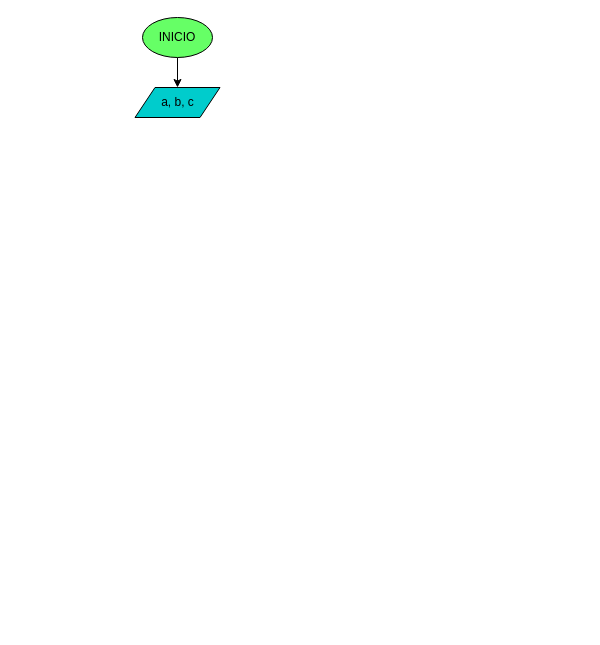
Above: diagrama.drawio in sistemas-colegio-guanenta/quiz-condicionales-Yalbas (draw.io), before the change. Source tidied: cells renumbered, new cells numbered last; positions are measured from the earlier drawing's top-left corner, leaving out a move shared by most shapes. Both pictures are drawn from the tidied source at 100%, with x=0, y=0 at pixel (134, 17).
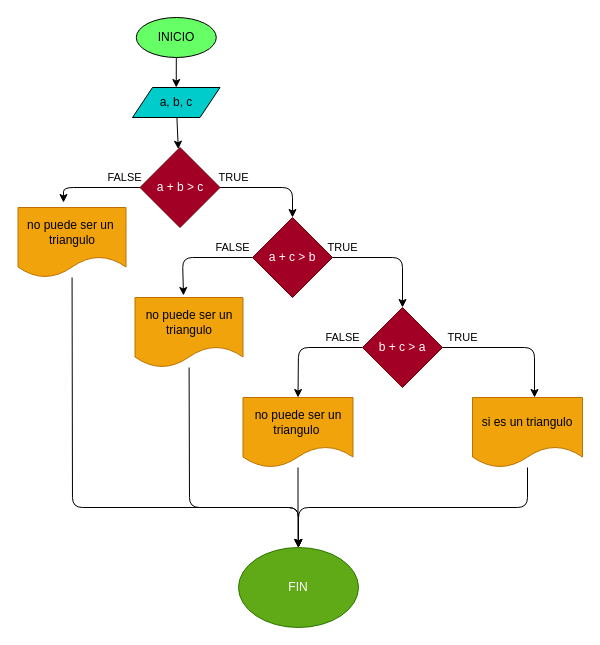
The same diagram, later.

Diff of the diagram source:
```diff
@@
     <mxCell id="3" value="INICIO" style="ellipse;whiteSpace=wrap;html=1;fillColor=#66FF66;" parent="1" vertex="1">
-      <mxGeometry x="8" width="70" height="40" as="geometry" />
+      <mxGeometry x="1.8" width="80" height="40" as="geometry" />
     </mxCell>
+    <mxCell id="5" style="edgeStyle=none;html=1;" parent="1" edge="1" source="4" target="8">
+      <mxGeometry relative="1" as="geometry" />
+    </mxCell>
     <mxCell id="4" value="a, b, c" style="shape=parallelogram;perimeter=parallelogramPerimeter;whiteSpace=wrap;html=1;fixedSize=1;fillColor=#00CCCC;" parent="1" vertex="1">
-      <mxGeometry x="0.5" y="70" width="85" height="30" as="geometry" />
+      <mxGeometry x="-2" y="70" width="87.5" height="30" as="geometry" />
     </mxCell>
+    <mxCell id="6" value="TRUE" style="edgeStyle=none;html=1;" parent="1" edge="1" source="8" target="11">
+      <mxGeometry x="-0.76" y="10" relative="1" as="geometry">
+        <Array as="points">
+          <mxPoint x="158" y="170" />
+        </Array>
+        <mxPoint x="1" as="offset" />
+      </mxGeometry>
+    </mxCell>
+    <mxCell id="7" value="FALSE" style="edgeStyle=none;html=1;entryX=0.421;entryY=-0.071;entryDx=0;entryDy=0;entryPerimeter=0;" parent="1" edge="1" source="8" target="22">
+      <mxGeometry x="-0.62" y="-10" relative="1" as="geometry">
+        <Array as="points">
+          <mxPoint x="-71" y="170" />
+        </Array>
+        <mxPoint x="1" as="offset" />
+      </mxGeometry>
+    </mxCell>
+    <mxCell id="8" value="a + b &amp;gt; c" style="rhombus;whiteSpace=wrap;html=1;fillColor=#a20025;fontColor=#ffffff;strokeColor=#6F0000;" parent="1" vertex="1">
+      <mxGeometry x="5.5" y="130" width="80" height="80" as="geometry" />
+    </mxCell>
+    <mxCell id="9" value="TRUE" style="edgeStyle=none;html=1;" parent="1" edge="1" source="11" target="14">
+      <mxGeometry x="-0.83" y="10" relative="1" as="geometry">
+        <Array as="points">
+          <mxPoint x="268" y="240" />
+        </Array>
+      </mxGeometry>
+    </mxCell>
+    <mxCell id="10" value="FALSE" style="edgeStyle=none;html=1;entryX=0.449;entryY=-0.029;entryDx=0;entryDy=0;entryPerimeter=0;" parent="1" edge="1" source="11" target="20">
+      <mxGeometry x="-0.63" y="-10" relative="1" as="geometry">
+        <Array as="points">
+          <mxPoint x="48" y="240" />
+        </Array>
+      </mxGeometry>
+    </mxCell>
+    <mxCell id="11" value="a + c &amp;gt; b" style="rhombus;whiteSpace=wrap;html=1;fillColor=#a20025;fontColor=#ffffff;strokeColor=#6F0000;" parent="1" vertex="1">
+      <mxGeometry x="118" y="200" width="80" height="80" as="geometry" />
+    </mxCell>
+    <mxCell id="12" value="FALSE" style="edgeStyle=none;html=1;entryX=0.5;entryY=0;entryDx=0;entryDy=0;" parent="1" edge="1" source="14" target="18">
+      <mxGeometry x="-0.65" y="-10" relative="1" as="geometry">
+        <Array as="points">
+          <mxPoint x="164" y="330" />
+        </Array>
+      </mxGeometry>
+    </mxCell>
+    <mxCell id="13" value="TRUE" style="edgeStyle=none;html=1;entryX=0.564;entryY=0;entryDx=0;entryDy=0;entryPerimeter=0;" parent="1" edge="1" source="14" target="16">
+      <mxGeometry x="-0.72" y="10" relative="1" as="geometry">
+        <Array as="points">
+          <mxPoint x="400" y="330" />
+        </Array>
+      </mxGeometry>
+    </mxCell>
+    <mxCell id="14" value="b + c &amp;gt; a" style="rhombus;whiteSpace=wrap;html=1;fillColor=#a20025;fontColor=#ffffff;strokeColor=#6F0000;" parent="1" vertex="1">
+      <mxGeometry x="228" y="290" width="80" height="80" as="geometry" />
+    </mxCell>
+    <mxCell id="15" style="edgeStyle=none;html=1;entryX=0.5;entryY=0;entryDx=0;entryDy=0;" parent="1" edge="1" source="16" target="23">
+      <mxGeometry relative="1" as="geometry">
+        <Array as="points">
+          <mxPoint x="393" y="490" />
+          <mxPoint x="164" y="490" />
+        </Array>
+      </mxGeometry>
+    </mxCell>
+    <mxCell id="16" value="si es un triangulo" style="shape=document;whiteSpace=wrap;html=1;boundedLbl=1;fillColor=#f0a30a;fontColor=#000000;strokeColor=#BD7000;" parent="1" vertex="1">
+      <mxGeometry x="338" y="380" width="110" height="70" as="geometry" />
+    </mxCell>
+    <mxCell id="17" style="edgeStyle=none;html=1;" parent="1" edge="1" source="18">
+      <mxGeometry relative="1" as="geometry">
+        <mxPoint x="163.5" y="530" as="targetPoint" />
+      </mxGeometry>
+    </mxCell>
+    <mxCell id="18" value="no puede ser un&lt;br&gt;triangulo&amp;nbsp;" style="shape=document;whiteSpace=wrap;html=1;boundedLbl=1;fillColor=#f0a30a;fontColor=#000000;strokeColor=#BD7000;" parent="1" vertex="1">
+      <mxGeometry x="108.5" y="380" width="110" height="70" as="geometry" />
+    </mxCell>
+    <mxCell id="19" style="edgeStyle=none;html=1;entryX=0.5;entryY=0;entryDx=0;entryDy=0;" parent="1" edge="1" source="20" target="23">
+      <mxGeometry relative="1" as="geometry">
+        <Array as="points">
+          <mxPoint x="55" y="490" />
+          <mxPoint x="164" y="490" />
+        </Array>
+      </mxGeometry>
+    </mxCell>
+    <mxCell id="20" value="no puede ser un&lt;br&gt;triangulo" style="shape=document;whiteSpace=wrap;html=1;boundedLbl=1;fillColor=#f0a30a;fontColor=#000000;strokeColor=#BD7000;" parent="1" vertex="1">
+      <mxGeometry x="0.5" y="280" width="108" height="70" as="geometry" />
+    </mxCell>
+    <mxCell id="21" style="edgeStyle=none;html=1;entryX=0.5;entryY=0;entryDx=0;entryDy=0;" parent="1" edge="1" source="22" target="23">
+      <mxGeometry relative="1" as="geometry">
+        <Array as="points">
+          <mxPoint x="-62" y="490" />
+          <mxPoint x="164" y="490" />
+        </Array>
+      </mxGeometry>
+    </mxCell>
+    <mxCell id="22" value="no puede ser un&amp;nbsp;&lt;br&gt;triangulo" style="shape=document;whiteSpace=wrap;html=1;boundedLbl=1;fillColor=#f0a30a;fontColor=#000000;strokeColor=#BD7000;" parent="1" vertex="1">
+      <mxGeometry x="-116.5" y="190" width="108" height="70" as="geometry" />
+    </mxCell>
+    <mxCell id="23" value="FIN" style="ellipse;whiteSpace=wrap;html=1;fillColor=#60a917;fontColor=#ffffff;strokeColor=#2D7600;" parent="1" vertex="1">
+      <mxGeometry x="104" y="530" width="120" height="80" as="geometry" />
+    </mxCell>
```
